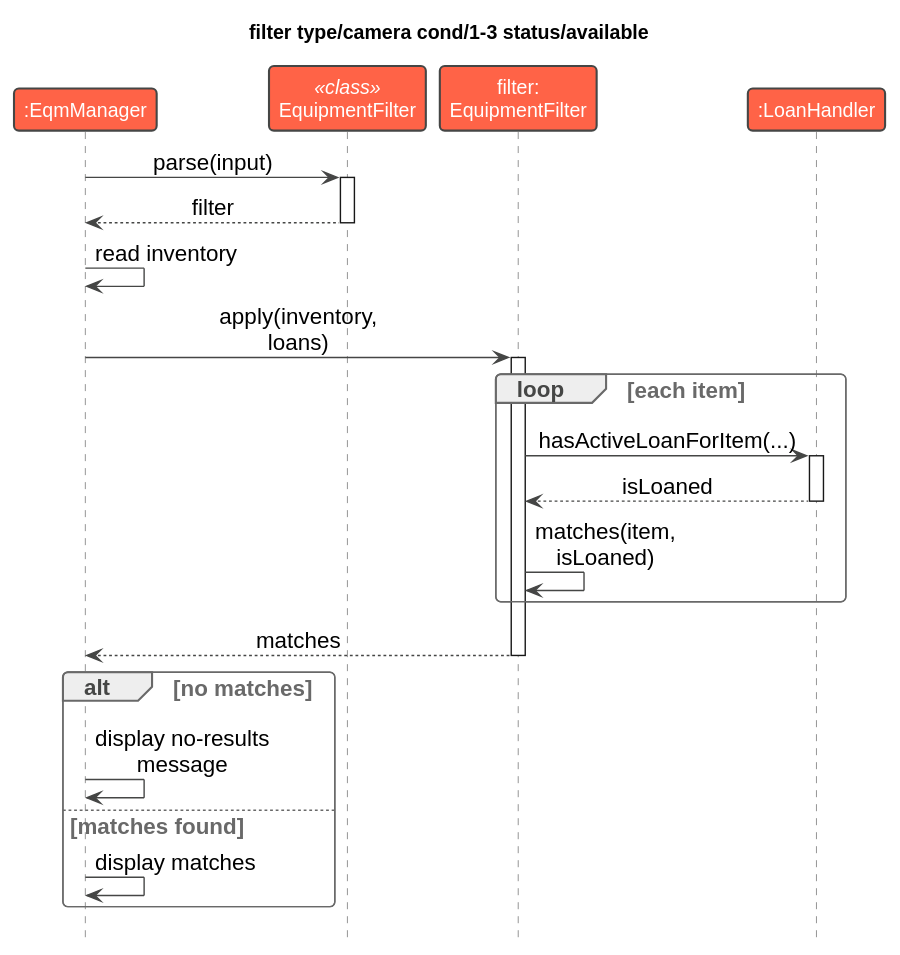
Earlier version of the PlantUML export docs/images/EquipmentFilterSequence.svg (AY2627S1-CS2113-W13-1/tp).
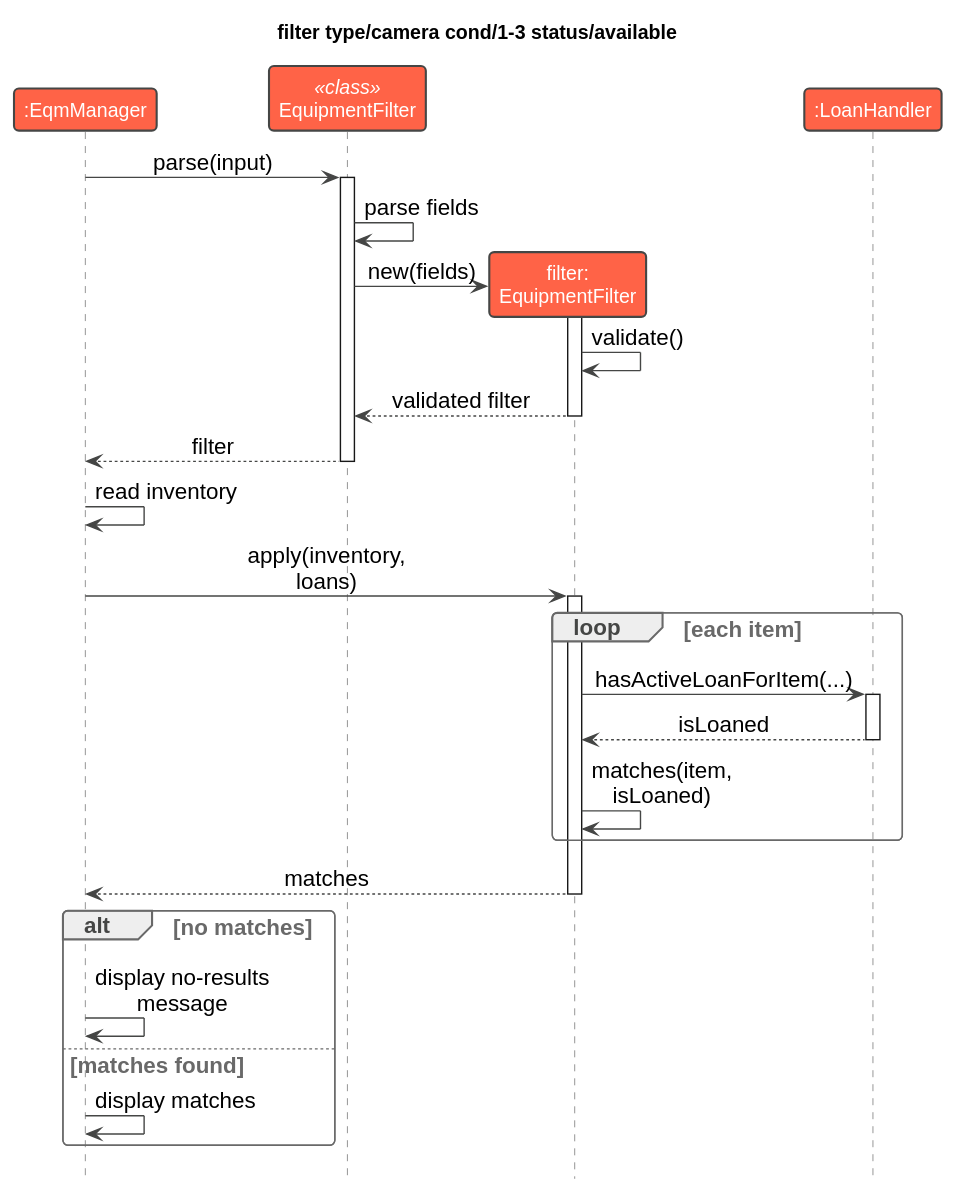
Later version of the same file.

The edit, as a diff of the source:
```diff
@@ -15,6 +15,13 @@
 
 Manager -> Parsing : parse(input)
 activate Parsing
+Parsing -> Parsing : parse fields
+create Filter
+Parsing -> Filter : new(fields)
+activate Filter
+Filter -> Filter : validate()
+Filter --> Parsing : validated filter
+deactivate Filter
 Parsing --> Manager : filter
 deactivate Parsing
 Manager -> Manager : read inventory
```
